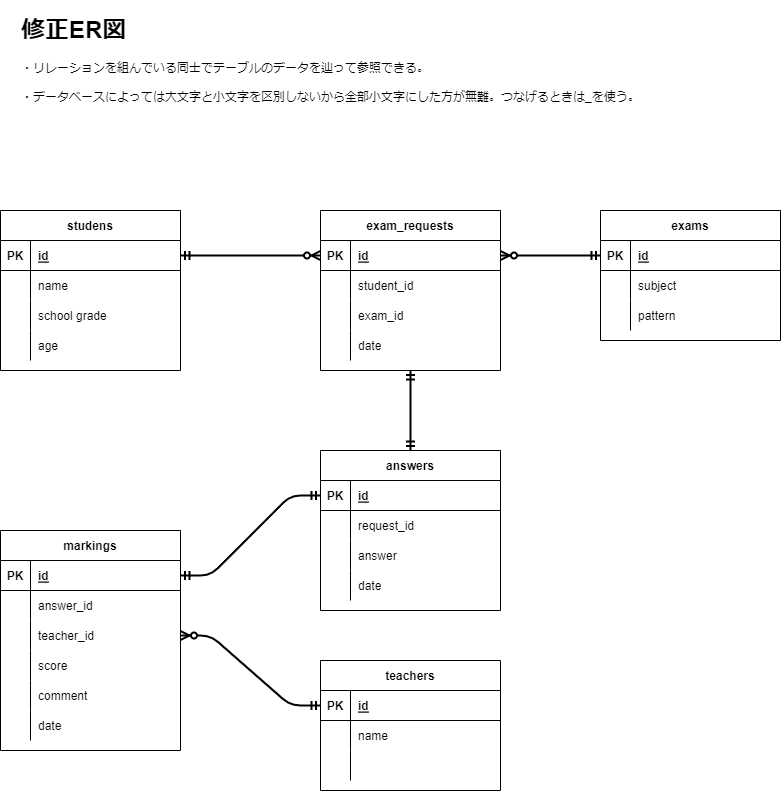
This is 20220516kochi_revised.drawio.png from Koach-jp/20220516kochi, a draw.io export, as it was before one commit. Source tidied: cells renumbered, new cells last; positions are measured from the earlier drawing's top-left corner, leaving out a move shared by most shapes.
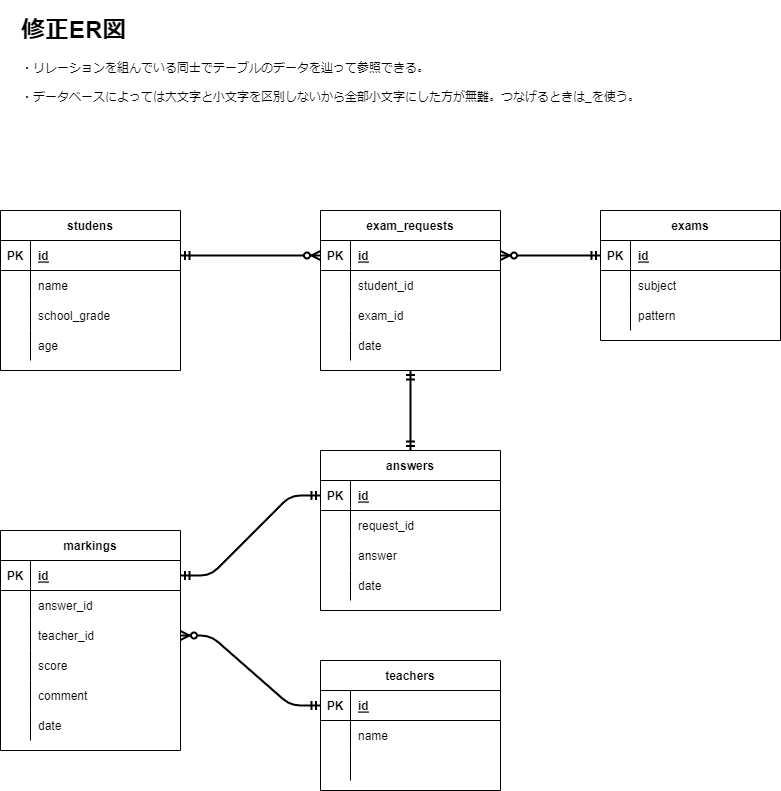
After the commit.

Diff of the diagram source:
```diff
@@ -29,7 +29,7 @@
     <mxCell id="10" style="shape=partialRectangle;fillColor=none;top=0;left=0;bottom=0;right=0;overflow=hidden;" parent="9" vertex="1">
       <mxGeometry width="30" height="30" as="geometry" />
     </mxCell>
-    <mxCell id="11" value="school grade" style="shape=partialRectangle;fillColor=none;top=0;left=0;bottom=0;right=0;align=left;spacingLeft=6;overflow=hidden;" parent="9" vertex="1">
+    <mxCell id="11" value="school_grade" style="shape=partialRectangle;fillColor=none;top=0;left=0;bottom=0;right=0;align=left;spacingLeft=6;overflow=hidden;" parent="9" vertex="1">
       <mxGeometry x="30" width="150" height="30" as="geometry" />
     </mxCell>
     <mxCell id="12" style="shape=partialRectangle;fillColor=none;top=0;left=0;bottom=0;right=0;" parent="2" vertex="1">
```
